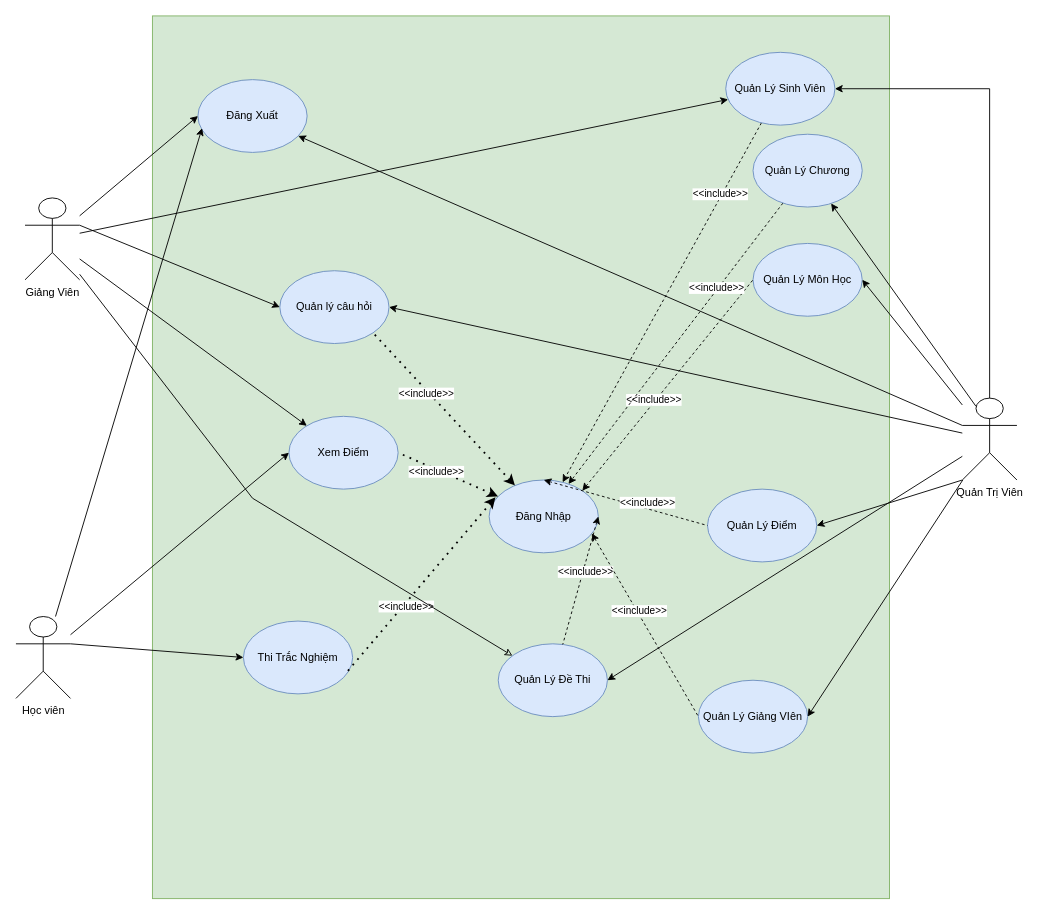
Earlier version of the draw.io diagram page "Trang-1" (1 of 2) of Untitled.drawio (KhaiZeR0/LuyenThiTracNghiem-HDT1). Source tidied: cells renumbered, new cells numbered last; positions are measured from the earlier drawing's top-left corner, leaving out a move shared by most shapes. Both pictures are drawn from the tidied source at 91%, with x=0, y=0 at pixel (15, 15).
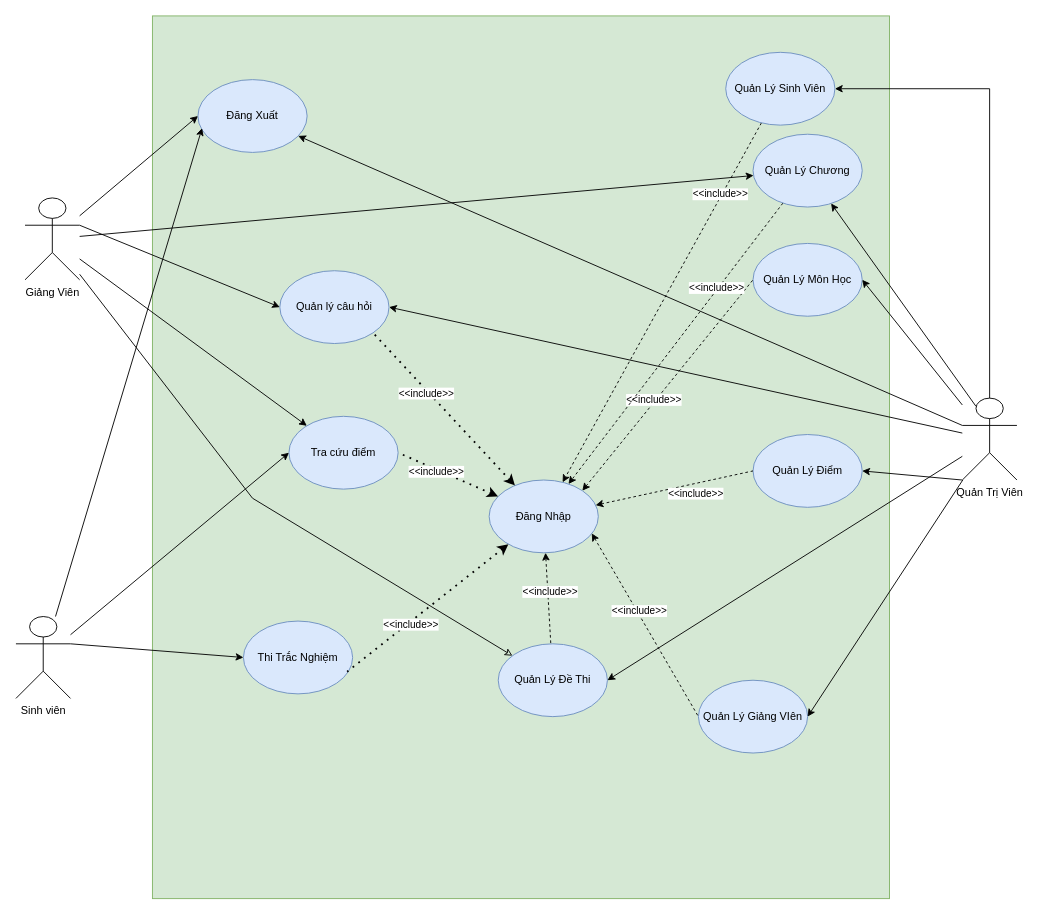
After the change.

The change refers to these unchanged cells:
```xml
<mxCell id="3" value="Giảng Viên" style="shape=umlActor;verticalLabelPosition=bottom;verticalAlign=top;html=1;outlineConnect=0;" parent="1" vertex="1">
  <mxGeometry x="10" y="200" width="60" height="90" as="geometry" />
</mxCell>
<mxCell id="11" value="Đăng Nhập" style="ellipse;whiteSpace=wrap;html=1;fillColor=#dae8fc;strokeColor=#6c8ebf;" parent="1" vertex="1">
  <mxGeometry x="520" y="510" width="120" height="80" as="geometry" />
</mxCell>
<mxCell id="15" value="Thi Trắc Nghiệm" style="ellipse;whiteSpace=wrap;html=1;fillColor=#dae8fc;strokeColor=#6c8ebf;" parent="1" vertex="1">
  <mxGeometry x="250" y="665" width="120" height="80" as="geometry" />
</mxCell>
<mxCell id="29" value="Quản Lý Đề Thi" style="ellipse;whiteSpace=wrap;html=1;fillColor=#dae8fc;strokeColor=#6c8ebf;" parent="1" vertex="1">
  <mxGeometry x="530" y="690" width="120" height="80" as="geometry" />
</mxCell>
<mxCell id="43" value="Quản Lý Chương" style="ellipse;whiteSpace=wrap;html=1;fillColor=#dae8fc;strokeColor=#6c8ebf;" parent="1" vertex="1">
  <mxGeometry x="810" y="130" width="120" height="80" as="geometry" />
</mxCell>
<mxCell id="50" value="Quản Lý Sinh Viên" style="ellipse;whiteSpace=wrap;html=1;fillColor=#dae8fc;strokeColor=#6c8ebf;" parent="1" vertex="1">
  <mxGeometry x="780" y="40" width="120" height="80" as="geometry" />
</mxCell>
```

Diff of the diagram source:
```diff
@@
-    <mxCell id="4" value="Học viên" style="shape=umlActor;verticalLabelPosition=bottom;verticalAlign=top;html=1;outlineConnect=0;" parent="1" vertex="1">
+    <mxCell id="4" value="Sinh viên" style="shape=umlActor;verticalLabelPosition=bottom;verticalAlign=top;html=1;outlineConnect=0;" parent="1" vertex="1">
       <mxGeometry y="660" width="60" height="90" as="geometry" />
     </mxCell>
@@
-    <mxCell id="17" value="Xem Điểm" style="ellipse;whiteSpace=wrap;html=1;fillColor=#dae8fc;strokeColor=#6c8ebf;" parent="1" vertex="1">
+    <mxCell id="17" value="Tra cứu điểm" style="ellipse;whiteSpace=wrap;html=1;fillColor=#dae8fc;strokeColor=#6c8ebf;" parent="1" vertex="1">
       <mxGeometry x="300" y="440" width="120" height="80" as="geometry" />
     </mxCell>
@@
-    <mxCell id="21" style="endArrow=none;dashed=1;html=1;dashPattern=1 3;strokeWidth=2;rounded=0;entryX=0.95;entryY=0.696;entryDx=0;entryDy=0;endFill=0;startArrow=classic;startFill=1;entryPerimeter=0;exitX=0.058;exitY=0.238;exitDx=0;exitDy=0;exitPerimeter=0;" parent="1" edge="1" source="11" target="15">
+    <mxCell id="21" style="endArrow=none;dashed=1;html=1;dashPattern=1 3;strokeWidth=2;rounded=0;entryX=0.95;entryY=0.696;entryDx=0;entryDy=0;endFill=0;startArrow=classic;startFill=1;entryPerimeter=0;" parent="1" edge="1" source="11" target="15">
       <mxGeometry relative="1" as="geometry" />
     </mxCell>
@@
     <mxCell id="24" value="Quản Lý Điểm" style="ellipse;whiteSpace=wrap;html=1;fillColor=#dae8fc;strokeColor=#6c8ebf;" parent="1" vertex="1">
-      <mxGeometry x="760" y="520" width="120" height="80" as="geometry" />
+      <mxGeometry x="810" y="460" width="120" height="80" as="geometry" />
     </mxCell>
@@
-    <mxCell id="35" style="endArrow=none;dashed=1;html=1;rounded=0;exitX=0.5;exitY=0;exitDx=0;exitDy=0;entryX=0;entryY=0.5;entryDx=0;entryDy=0;endFill=0;startArrow=classic;startFill=1;" parent="1" edge="1" source="11" target="24">
+    <mxCell id="35" style="endArrow=none;dashed=1;html=1;rounded=0;entryX=0;entryY=0.5;entryDx=0;entryDy=0;endFill=0;startArrow=classic;startFill=1;" parent="1" edge="1" source="11" target="24">
       <mxGeometry relative="1" as="geometry" />
     </mxCell>
@@
-    <mxCell id="37" style="endArrow=none;dashed=1;html=1;rounded=0;exitX=1;exitY=0.5;exitDx=0;exitDy=0;endFill=0;startArrow=classic;startFill=1;" parent="1" edge="1" source="11" target="29">
+    <mxCell id="37" style="endArrow=none;dashed=1;html=1;rounded=0;endFill=0;startArrow=classic;startFill=1;" parent="1" edge="1" source="11" target="29">
       <mxGeometry relative="1" as="geometry" />
     </mxCell>
@@
-    <mxCell id="49" style="rounded=0;jettySize=auto;html=1;endArrow=none;endFill=0;startArrow=classic;startFill=1;" parent="1" edge="1" source="50" target="3">
-      <mxGeometry relative="1" as="geometry" />
-    </mxCell>
@@
+    <mxCell id="51" style="rounded=0;jettySize=auto;html=1;" parent="1" edge="1" source="3" target="43">
+      <mxGeometry relative="1" as="geometry" />
+    </mxCell>
```
